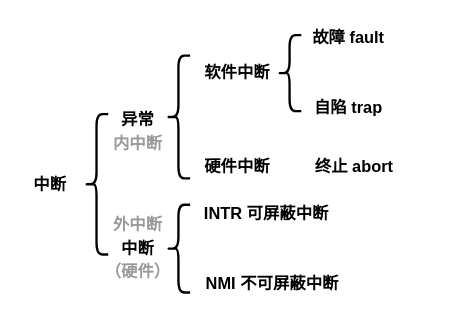
Earlier version of the draw.io diagram page "中断" (2 of 6) of attach/draw_workspace/操作系统.drawio (creatern/NoteBook). Source tidied: cells renumbered, new cells numbered last; positions are measured from the earlier drawing's top-left corner, leaving out a move shared by most shapes. Both pictures are drawn from the tidied source at 117%, with x=0, y=0 at pixel (20, 20).
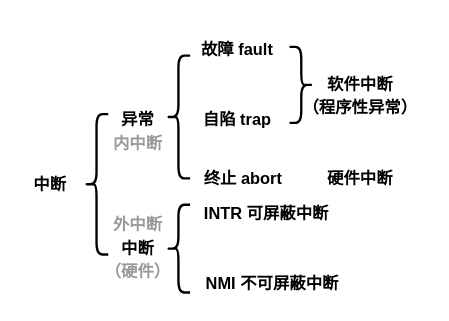
After the change.

The edit, as a diff of the source:
```diff
@@
 <mxGraphModel>
   <root>
     <mxCell id="0" />
     <mxCell id="1" parent="0" />
     <mxCell id="2" value="中断" style="text;html=1;align=center;verticalAlign=middle;strokeColor=none;fillColor=none;fontSize=14;fontStyle=1;" parent="1" vertex="1">
       <mxGeometry y="125" width="50" height="30" as="geometry" />
     </mxCell>
     <mxCell id="3" style="shape=curlyBracket;whiteSpace=wrap;html=1;rounded=1;labelPosition=left;verticalLabelPosition=middle;align=right;verticalAlign=middle;strokeWidth=2;" parent="1" vertex="1">
       <mxGeometry x="55" y="80" width="20" height="120" as="geometry" />
     </mxCell>
     <mxCell id="4" value="异常" style="text;html=1;align=center;verticalAlign=middle;strokeColor=none;fillColor=none;fontSize=14;fontStyle=1;" parent="1" vertex="1">
       <mxGeometry x="75" y="70" width="50" height="30" as="geometry" />
     </mxCell>
     <mxCell id="5" value="中断" style="text;html=1;align=center;verticalAlign=middle;strokeColor=none;fillColor=none;fontSize=14;fontStyle=1;" parent="1" vertex="1">
       <mxGeometry x="75" y="180" width="50" height="30" as="geometry" />
     </mxCell>
     <mxCell id="6" style="shape=curlyBracket;whiteSpace=wrap;html=1;rounded=1;labelPosition=left;verticalLabelPosition=middle;align=right;verticalAlign=middle;strokeWidth=2;" parent="1" vertex="1">
       <mxGeometry x="125" y="157.5" width="20" height="75" as="geometry" />
     </mxCell>
     <mxCell id="7" value="INTR 可屏蔽中断" style="text;html=1;align=center;verticalAlign=middle;strokeColor=none;fillColor=none;fontSize=14;fontStyle=1;" parent="1" vertex="1">
       <mxGeometry x="145" y="150" width="130" height="30" as="geometry" />
     </mxCell>
     <mxCell id="8" value="NMI 不可屏蔽中断" style="text;html=1;align=center;verticalAlign=middle;strokeColor=none;fillColor=none;fontSize=14;fontStyle=1;" parent="1" vertex="1">
       <mxGeometry x="145" y="210" width="140" height="30" as="geometry" />
     </mxCell>
     <mxCell id="9" style="shape=curlyBracket;whiteSpace=wrap;html=1;rounded=1;labelPosition=left;verticalLabelPosition=middle;align=right;verticalAlign=middle;strokeWidth=2;" parent="1" vertex="1">
       <mxGeometry x="125" y="30" width="20" height="105" as="geometry" />
     </mxCell>
     <mxCell id="10" value="故障 fault" style="text;html=1;align=center;verticalAlign=middle;strokeColor=none;fillColor=none;fontSize=14;fontStyle=1;" parent="1" vertex="1">
-      <mxGeometry x="240" width="80" height="30" as="geometry" />
+      <mxGeometry x="145" y="10" width="80" height="30" as="geometry" />
     </mxCell>
     <mxCell id="11" value="自陷 trap" style="text;html=1;align=center;verticalAlign=middle;strokeColor=none;fillColor=none;fontSize=14;fontStyle=1;" parent="1" vertex="1">
-      <mxGeometry x="240" y="60" width="80" height="30" as="geometry" />
+      <mxGeometry x="145" y="70" width="80" height="30" as="geometry" />
     </mxCell>
     <mxCell id="12" value="终止 abort" style="text;html=1;align=center;verticalAlign=middle;strokeColor=none;fillColor=none;fontSize=14;fontStyle=1;" parent="1" vertex="1">
-      <mxGeometry x="240" y="110" width="90" height="30" as="geometry" />
+      <mxGeometry x="145" y="120" width="90" height="30" as="geometry" />
     </mxCell>
     <mxCell id="13" value="硬件中断" style="text;html=1;align=center;verticalAlign=middle;strokeColor=none;fillColor=none;fontSize=14;fontStyle=1;" parent="1" vertex="1">
-      <mxGeometry x="145" y="110" width="80" height="30" as="geometry" />
+      <mxGeometry x="250" y="120" width="80" height="30" as="geometry" />
     </mxCell>
     <mxCell id="14" value="软件中断" style="text;html=1;align=center;verticalAlign=middle;strokeColor=none;fillColor=none;fontSize=14;fontStyle=1;" parent="1" vertex="1">
-      <mxGeometry x="145" y="30" width="80" height="30" as="geometry" />
+      <mxGeometry x="250" y="40" width="80" height="30" as="geometry" />
     </mxCell>
-    <mxCell id="15" style="shape=curlyBracket;whiteSpace=wrap;html=1;rounded=1;labelPosition=left;verticalLabelPosition=middle;align=right;verticalAlign=middle;strokeWidth=2;rotation=0;" parent="1" vertex="1">
-      <mxGeometry x="220" y="12.5" width="20" height="65" as="geometry" />
+    <mxCell id="15" style="shape=curlyBracket;whiteSpace=wrap;html=1;rounded=1;labelPosition=left;verticalLabelPosition=middle;align=right;verticalAlign=middle;strokeWidth=2;rotation=-180;" parent="1" vertex="1">
+      <mxGeometry x="230" y="22.5" width="20" height="65" as="geometry" />
     </mxCell>
     <mxCell id="16" value="（硬件）" style="text;html=1;align=center;verticalAlign=middle;strokeColor=none;fillColor=none;fontSize=14;fontStyle=1;fontColor=#999999;" parent="1" vertex="1">
       <mxGeometry x="60" y="200" width="80" height="30" as="geometry" />
     </mxCell>
     <mxCell id="17" value="外中断" style="text;html=1;align=center;verticalAlign=middle;strokeColor=none;fillColor=none;fontSize=14;fontStyle=1;fontColor=#999999;" parent="1" vertex="1">
       <mxGeometry x="65" y="160" width="70" height="30" as="geometry" />
     </mxCell>
     <mxCell id="18" value="内中断" style="text;html=1;align=center;verticalAlign=middle;strokeColor=none;fillColor=none;fontSize=14;fontStyle=1;fontColor=#999999;" parent="1" vertex="1">
       <mxGeometry x="65" y="90" width="70" height="30" as="geometry" />
     </mxCell>
+    <mxCell id="19" value="（程序性异常）" style="text;html=1;align=center;verticalAlign=middle;strokeColor=none;fillColor=none;fontSize=14;fontStyle=1;" parent="1" vertex="1">
+      <mxGeometry x="230" y="60" width="120" height="30" as="geometry" />
+    </mxCell>
   </root>
 </mxGraphModel>
```
